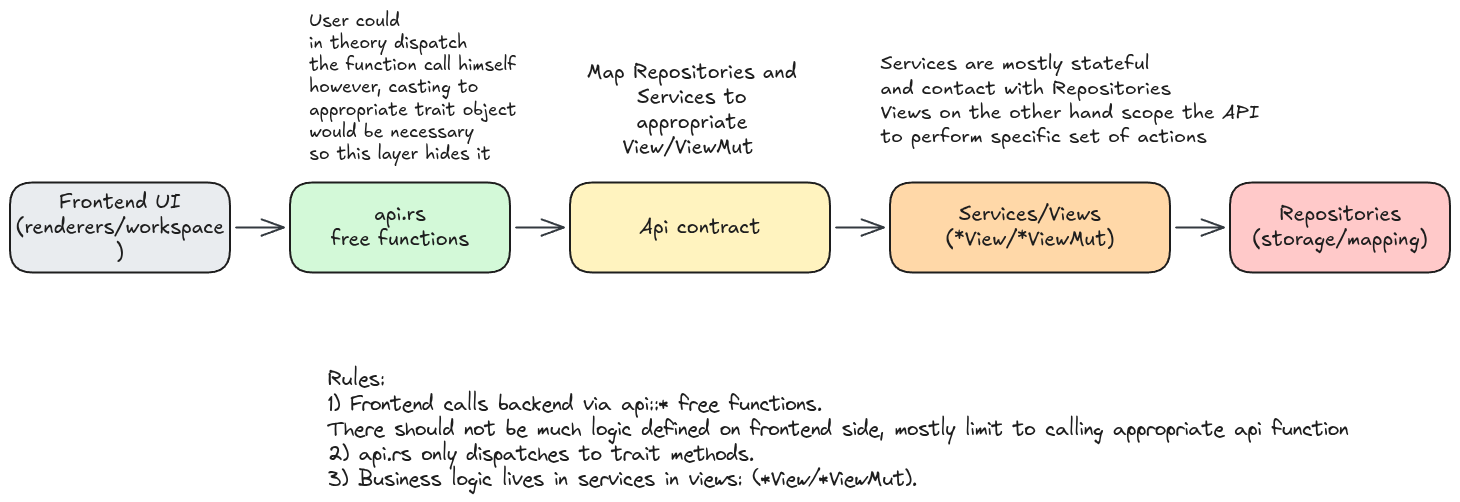
Earlier version of the Excalidraw export beetry-editor-backend/docs/layers.excalidraw.png (skullim/beetry). Source tidied: one line per element, renumbered; positions are measured from the earlier drawing's top-left corner, leaving out a move shared by most shapes.
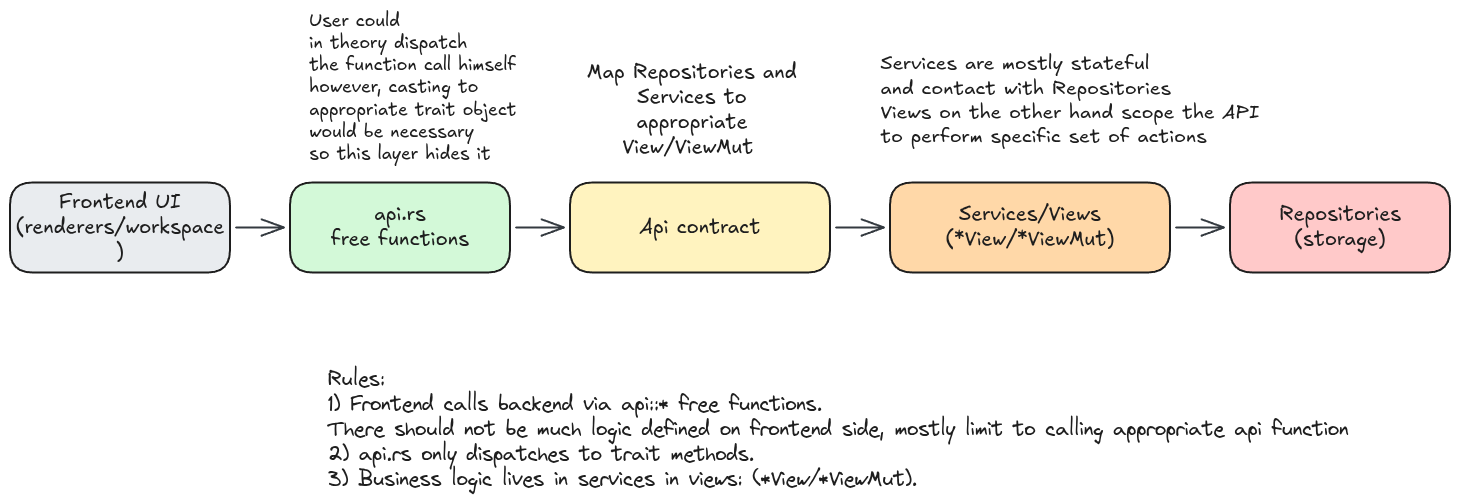
After the change.

The edit, as a diff of the source:
```diff
@@ -7,7 +7,7 @@
 {"id": 6, "type": "rectangle", "strokeColor": "#1e1e1e", "backgroundColor": "#ffd8a8", "fillStyle": "solid", "strokeWidth": 2, "roughness": 0, "round": true, "x": 880, "y": 172, "width": 280, "height": 90}
 {"id": 7, "type": "text", "text": "Services/Views\n(*View/*ViewMut)", "strokeColor": "#1e1e1e", "strokeWidth": 2, "roughness": 1, "fontSize": 20, "fontFamily": 5, "textAlign": "center", "verticalAlign": "middle", "inside": 6, "x": 935, "y": 192, "width": 169, "height": 50}
 {"id": 8, "type": "rectangle", "strokeColor": "#1e1e1e", "backgroundColor": "#ffc9c9", "fillStyle": "solid", "strokeWidth": 2, "roughness": 0, "round": true, "x": 1220, "y": 172, "width": 220, "height": 90}
-{"id": 9, "type": "text", "text": "Repositories\n(storage/mapping)", "strokeColor": "#1e1e1e", "strokeWidth": 2, "roughness": 1, "fontSize": 20, "fontFamily": 5, "textAlign": "center", "verticalAlign": "middle", "inside": 8, "x": 1242, "y": 192, "width": 176, "height": 50}
+{"id": 9, "type": "text", "text": "Repositories\n(storage)", "strokeColor": "#1e1e1e", "strokeWidth": 2, "roughness": 1, "fontSize": 20, "fontFamily": 5, "textAlign": "center", "verticalAlign": "middle", "inside": 8, "x": 1269, "y": 192, "width": 122, "height": 50}
 {"id": 10, "type": "arrow", "strokeColor": "#343a40", "strokeWidth": 2, "roughness": 0, "endArrowhead": "arrow", "x": 226, "y": 217, "width": 48, "height": 0, "points": [[0, 0], [48, 0]]}
 {"id": 11, "type": "arrow", "strokeColor": "#343a40", "strokeWidth": 2, "roughness": 0, "endArrowhead": "arrow", "x": 506, "y": 217, "width": 48, "height": 0, "points": [[0, 0], [48, 0]]}
 {"id": 12, "type": "arrow", "strokeColor": "#343a40", "strokeWidth": 2, "roughness": 0, "endArrowhead": "arrow", "x": 826, "y": 217, "width": 48, "height": 0, "points": [[0, 0], [48, 0]]}
```
